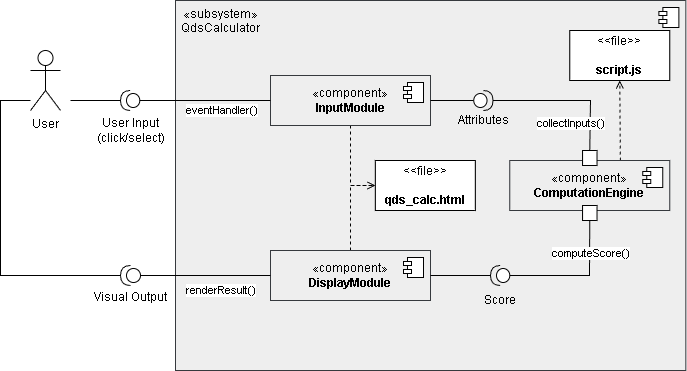
This is docs/componentdesign.png from asiyah777/QDS_Calculator, a draw.io export, as it was before one commit. Source tidied: cells renumbered, new cells last; positions are measured from the earlier drawing's top-left corner, leaving out a move shared by most shapes. The source it was exported from:
```xml
<mxGraphModel>
  <root>
    <mxCell id="0" />
    <mxCell id="1" parent="0" />
    <mxCell id="2" value="«subsystem»&lt;div&gt;QdsCalculator&lt;/div&gt;" style="html=1;whiteSpace=wrap;align=center;verticalAlign=top;fillColor=#eeeeee;strokeColor=#36393d;spacingLeft=100;spacingRight=520;spacing=2;" parent="1" vertex="1">
      <mxGeometry x="175" width="510.4" height="370" as="geometry" />
    </mxCell>
    <mxCell id="3" style="shape=module;jettyWidth=8;jettyHeight=4;" parent="2" vertex="1">
      <mxGeometry x="1" width="20" height="20" relative="1" as="geometry">
        <mxPoint x="-27" y="7" as="offset" />
      </mxGeometry>
    </mxCell>
    <mxCell id="4" style="edgeStyle=none;html=1;entryX=0;entryY=0.5;entryDx=0;entryDy=0;endArrow=open;endFill=0;dashed=1;rounded=0;curved=0;exitX=0.5;exitY=1;exitDx=0;exitDy=0;" parent="1" edge="1" source="5" target="28">
      <mxGeometry relative="1" as="geometry">
        <Array as="points">
          <mxPoint x="350" y="185" />
        </Array>
      </mxGeometry>
    </mxCell>
    <mxCell id="5" value="«component»&lt;br&gt;&lt;b&gt;InputModule&lt;/b&gt;" style="html=1;whiteSpace=wrap;fillColor=#eeeeee;strokeColor=#36393d;" parent="1" vertex="1">
      <mxGeometry x="270" y="75" width="160" height="50" as="geometry" />
    </mxCell>
    <mxCell id="6" style="shape=module;jettyWidth=8;jettyHeight=4;" parent="5" vertex="1">
      <mxGeometry x="1" width="20" height="20" relative="1" as="geometry">
        <mxPoint x="-27" y="7" as="offset" />
      </mxGeometry>
    </mxCell>
    <mxCell id="7" style="edgeStyle=none;html=1;endArrow=none;endFill=0;entryX=0;entryY=0.5;entryDx=0;entryDy=0;entryPerimeter=0;exitX=0.5;exitY=1;exitDx=0;exitDy=0;rounded=0;curved=0;" parent="1" edge="1" source="27" target="25">
      <mxGeometry relative="1" as="geometry">
        <Array as="points">
          <mxPoint x="589" y="275" />
        </Array>
      </mxGeometry>
    </mxCell>
    <mxCell id="8" value="computeScore()" style="edgeLabel;html=1;align=center;verticalAlign=middle;" parent="7" vertex="1">
      <mxGeometry x="-0.53" relative="1" as="geometry" />
    </mxCell>
    <mxCell id="9" style="edgeStyle=none;html=1;entryX=0;entryY=0.5;entryDx=0;entryDy=0;rounded=0;curved=0;dashed=1;endArrow=open;endFill=0;" parent="1" edge="1" source="10" target="28">
      <mxGeometry relative="1" as="geometry">
        <Array as="points">
          <mxPoint x="350" y="185" />
        </Array>
      </mxGeometry>
    </mxCell>
    <mxCell id="10" value="«component»&lt;br&gt;&lt;b&gt;DisplayModule&lt;/b&gt;" style="html=1;whiteSpace=wrap;fillColor=#eeeeee;strokeColor=#36393d;" parent="1" vertex="1">
      <mxGeometry x="270" y="250" width="160" height="50" as="geometry" />
    </mxCell>
    <mxCell id="11" style="shape=module;jettyWidth=8;jettyHeight=4;" parent="10" vertex="1">
      <mxGeometry x="1" width="20" height="20" relative="1" as="geometry">
        <mxPoint x="-27" y="7" as="offset" />
      </mxGeometry>
    </mxCell>
    <mxCell id="12" style="endArrow=none;html=1;rounded=0;align=center;verticalAlign=top;endFill=0;labelBackgroundColor=none;endSize=2;exitX=1;exitY=0.5;exitDx=0;exitDy=0;" parent="1" edge="1" source="5" target="21">
      <mxGeometry relative="1" as="geometry" />
    </mxCell>
    <mxCell id="13" style="edgeStyle=orthogonalEdgeStyle;rounded=0;jettySize=auto;html=1;endArrow=block;endFill=1;" parent="1" edge="1" target="19">
      <mxGeometry relative="1" as="geometry" />
    </mxCell>
    <mxCell id="14" style="edgeStyle=none;html=1;strokeColor=none;" parent="1" edge="1" source="40">
      <mxGeometry relative="1" as="geometry">
        <mxPoint x="210" y="110" as="targetPoint" />
      </mxGeometry>
    </mxCell>
    <mxCell id="15" style="edgeStyle=none;html=1;endArrow=none;endFill=0;entryX=1;entryY=0.5;entryDx=0;entryDy=0;exitX=1;exitY=0.5;exitDx=0;exitDy=0;exitPerimeter=0;" parent="1" edge="1" source="25" target="10">
      <mxGeometry relative="1" as="geometry" />
    </mxCell>
    <mxCell id="16" style="edgeStyle=orthogonalEdgeStyle;rounded=0;jettySize=auto;html=1;dashed=1;dashPattern=5 5;endArrow=block;endFill=1;strokeColor=#7f8c8d;exitX=0;exitY=0.5;exitDx=0;exitDy=0;" parent="1" edge="1" target="10">
      <mxGeometry relative="1" as="geometry" />
    </mxCell>
    <mxCell id="17" value="uses" style="edgeStyle=orthogonalEdgeStyle;rounded=0;jettySize=auto;html=1;dashed=1;dashPattern=5 5;endArrow=block;endFill=1;strokeColor=#7f8c8d;exitX=0;exitY=0.5;exitDx=0;exitDy=0;" parent="1" edge="1" target="5">
      <mxGeometry x="-0.33" y="10" relative="1" as="geometry" />
    </mxCell>
    <mxCell id="18" style="edgeStyle=none;html=1;entryX=0.5;entryY=1;entryDx=0;entryDy=0;exitX=0.691;exitY=0.002;exitDx=0;exitDy=0;exitPerimeter=0;endArrow=open;endFill=0;dashed=1;" parent="1" edge="1" source="19" target="32">
      <mxGeometry relative="1" as="geometry" />
    </mxCell>
    <mxCell id="19" value="«component»&lt;br&gt;&lt;b&gt;ComputationEngine&lt;/b&gt;" style="html=1;whiteSpace=wrap;fillColor=#eeeeee;strokeColor=#36393d;align=center;spacingLeft=0;spacingTop=0;verticalAlign=middle;spacingRight=0;" parent="1" vertex="1">
      <mxGeometry x="509.3" y="160" width="160" height="50" as="geometry" />
    </mxCell>
    <mxCell id="20" style="shape=module;jettyWidth=8;jettyHeight=4;" parent="19" vertex="1">
      <mxGeometry x="1" width="20" height="20" relative="1" as="geometry">
        <mxPoint x="-27" y="7" as="offset" />
      </mxGeometry>
    </mxCell>
    <mxCell id="21" value="Attributes" style="shape=providedRequiredInterface;html=1;verticalLabelPosition=bottom;sketch=0;" parent="1" vertex="1">
      <mxGeometry x="473.3" y="90" width="19.3" height="20" as="geometry" />
    </mxCell>
    <mxCell id="22" style="html=1;rounded=0;" parent="1" vertex="1">
      <mxGeometry x="582.1" y="150" width="14.5" height="15" as="geometry" />
    </mxCell>
    <mxCell id="23" style="endArrow=none;html=1;rounded=0;align=center;verticalAlign=top;endFill=0;labelBackgroundColor=none;endSize=2;entryX=1;entryY=0.5;entryDx=0;entryDy=0;entryPerimeter=0;exitX=0.5;exitY=0;exitDx=0;exitDy=0;" parent="1" edge="1" source="22" target="21">
      <mxGeometry relative="1" as="geometry">
        <Array as="points">
          <mxPoint x="590" y="100" />
        </Array>
      </mxGeometry>
    </mxCell>
    <mxCell id="24" value="collectInputs()" style="edgeLabel;html=1;align=center;verticalAlign=middle;" parent="23" vertex="1">
      <mxGeometry x="-0.64" y="2" relative="1" as="geometry">
        <mxPoint x="-18" as="offset" />
      </mxGeometry>
    </mxCell>
    <mxCell id="25" style="shape=providedRequiredInterface;html=1;verticalLabelPosition=bottom;sketch=0;rotation=-180;" parent="1" vertex="1">
      <mxGeometry x="490" y="265" width="19.3" height="20" as="geometry" />
    </mxCell>
    <mxCell id="26" value="Score" style="text;strokeColor=none;align=center;fillColor=none;html=1;verticalAlign=middle;whiteSpace=wrap;rounded=0;" parent="1" vertex="1">
      <mxGeometry x="461.3" y="285" width="76.8" height="30" as="geometry" />
    </mxCell>
    <mxCell id="27" style="html=1;rounded=0;" parent="1" vertex="1">
      <mxGeometry x="582.1" y="205" width="14.5" height="15" as="geometry" />
    </mxCell>
    <mxCell id="28" value="&amp;lt;&amp;lt;file&amp;gt;&amp;gt;&lt;br&gt;&lt;br&gt;&lt;b&gt;qds_calc.html&lt;/b&gt;" style="html=1;align=center;verticalAlign=middle;dashed=0;whiteSpace=wrap;" parent="1" vertex="1">
      <mxGeometry x="374.8" y="160" width="100" height="50" as="geometry" />
    </mxCell>
    <mxCell id="29" style="edgeStyle=none;html=1;endArrow=none;endFill=0;entryX=0;entryY=0.5;entryDx=0;entryDy=0;entryPerimeter=0;" parent="1" edge="1" source="10" target="34">
      <mxGeometry relative="1" as="geometry" />
    </mxCell>
    <mxCell id="30" value="&lt;div&gt;&lt;br&gt;&lt;/div&gt;" style="edgeLabel;html=1;align=center;verticalAlign=middle;" parent="29" vertex="1">
      <mxGeometry x="0.29" y="1" relative="1" as="geometry">
        <mxPoint x="-86" y="-76" as="offset" />
      </mxGeometry>
    </mxCell>
    <mxCell id="31" value="renderResult()" style="edgeLabel;html=1;align=center;verticalAlign=middle;" parent="29" vertex="1">
      <mxGeometry x="0.33" y="1" relative="1" as="geometry">
        <mxPoint x="37" y="14" as="offset" />
      </mxGeometry>
    </mxCell>
    <mxCell id="32" value="&amp;lt;&amp;lt;file&amp;gt;&amp;gt;&lt;br&gt;&lt;br&gt;&lt;b&gt;script.js&lt;/b&gt;" style="html=1;align=center;verticalAlign=middle;dashed=0;whiteSpace=wrap;" parent="1" vertex="1">
      <mxGeometry x="569.3" y="30" width="100" height="50" as="geometry" />
    </mxCell>
    <mxCell id="33" value="Visual Output" style="text;html=1;align=center;verticalAlign=middle;strokeColor=none;fillColor=none;" parent="1" vertex="1">
      <mxGeometry x="85" y="281.7" width="90" height="30" as="geometry" />
    </mxCell>
    <mxCell id="34" style="shape=providedRequiredInterface;html=1;verticalLabelPosition=bottom;sketch=0;rotation=-180;" parent="1" vertex="1">
      <mxGeometry x="120" y="265" width="20" height="20" as="geometry" />
    </mxCell>
    <mxCell id="35" style="edgeStyle=none;html=1;strokeColor=none;" parent="1" edge="1" target="40">
      <mxGeometry relative="1" as="geometry">
        <mxPoint x="210" y="110" as="sourcePoint" />
      </mxGeometry>
    </mxCell>
    <mxCell id="36" style="edgeStyle=none;html=1;endArrow=none;endFill=0;" parent="1" edge="1" source="40">
      <mxGeometry relative="1" as="geometry">
        <mxPoint x="130" y="100" as="targetPoint" />
      </mxGeometry>
    </mxCell>
    <mxCell id="37" style="edgeStyle=none;html=1;entryX=0;entryY=0.5;entryDx=0;entryDy=0;endArrow=none;endFill=0;" parent="1" edge="1" source="40" target="5">
      <mxGeometry relative="1" as="geometry" />
    </mxCell>
    <mxCell id="38" value="eventHandler()" style="edgeLabel;html=1;align=center;verticalAlign=middle;" parent="37" vertex="1">
      <mxGeometry relative="1" as="geometry">
        <mxPoint x="16" y="10" as="offset" />
      </mxGeometry>
    </mxCell>
    <mxCell id="39" style="edgeStyle=none;html=1;exitX=1;exitY=0.5;exitDx=0;exitDy=0;exitPerimeter=0;endArrow=none;endFill=0;" parent="1" edge="1" source="40">
      <mxGeometry relative="1" as="geometry">
        <mxPoint x="70" y="100" as="targetPoint" />
      </mxGeometry>
    </mxCell>
    <mxCell id="40" style="shape=providedRequiredInterface;html=1;verticalLabelPosition=bottom;sketch=0;rotation=-180;" parent="1" vertex="1">
      <mxGeometry x="120" y="90" width="19.3" height="20" as="geometry" />
    </mxCell>
    <mxCell id="41" value="User Input&lt;br&gt;(click/select)" style="text;html=1;align=center;verticalAlign=middle;strokeColor=none;fillColor=none;" parent="1" vertex="1">
      <mxGeometry x="85" y="110" width="90" height="40" as="geometry" />
    </mxCell>
    <mxCell id="42" style="edgeStyle=none;html=1;endArrow=none;endFill=0;exitX=1;exitY=0.5;exitDx=0;exitDy=0;exitPerimeter=0;rounded=0;curved=0;" parent="1" edge="1" source="34">
      <mxGeometry relative="1" as="geometry">
        <mxPoint x="30" y="100" as="targetPoint" />
        <Array as="points">
          <mxPoint y="275" />
          <mxPoint y="190" />
          <mxPoint y="100" />
        </Array>
      </mxGeometry>
    </mxCell>
    <mxCell id="43" value="User" style="shape=umlActor;verticalLabelPosition=bottom;verticalAlign=top;html=1;" parent="1" vertex="1">
      <mxGeometry x="30" y="50" width="30" height="60" as="geometry" />
    </mxCell>
  </root>
</mxGraphModel>
```
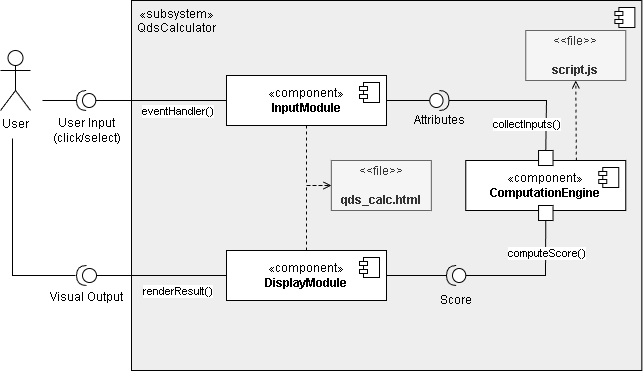
After the commit.

Diff of the diagram source:
```diff
@@ -1,8 +1,8 @@
-<mxGraphModel>
+<mxGraphModel background="#ffffff">
   <root>
     <mxCell id="0" />
     <mxCell id="1" parent="0" />
-    <mxCell id="2" value="«subsystem»&lt;div&gt;QdsCalculator&lt;/div&gt;" style="html=1;whiteSpace=wrap;align=center;verticalAlign=top;fillColor=#eeeeee;strokeColor=#36393d;spacingLeft=100;spacingRight=520;spacing=2;" parent="1" vertex="1">
+    <mxCell id="2" value="«subsystem»&lt;div&gt;QdsCalculator&lt;/div&gt;" style="html=1;whiteSpace=wrap;align=center;verticalAlign=top;fillColor=#eeeeee;strokeColor=default;spacingLeft=100;spacingRight=520;spacing=2;" parent="1" vertex="1">
       <mxGeometry x="175" width="510.4" height="370" as="geometry" />
     </mxCell>
     <mxCell id="3" style="shape=module;jettyWidth=8;jettyHeight=4;" parent="2" vertex="1">
@@ -17,7 +17,7 @@
         </Array>
       </mxGeometry>
     </mxCell>
-    <mxCell id="5" value="«component»&lt;br&gt;&lt;b&gt;InputModule&lt;/b&gt;" style="html=1;whiteSpace=wrap;fillColor=#eeeeee;strokeColor=#36393d;" parent="1" vertex="1">
+    <mxCell id="5" value="«component»&lt;br&gt;&lt;b&gt;InputModule&lt;/b&gt;" style="html=1;whiteSpace=wrap;" parent="1" vertex="1">
       <mxGeometry x="270" y="75" width="160" height="50" as="geometry" />
     </mxCell>
     <mxCell id="6" style="shape=module;jettyWidth=8;jettyHeight=4;" parent="5" vertex="1">
@@ -42,7 +42,7 @@
         </Array>
       </mxGeometry>
     </mxCell>
-    <mxCell id="10" value="«component»&lt;br&gt;&lt;b&gt;DisplayModule&lt;/b&gt;" style="html=1;whiteSpace=wrap;fillColor=#eeeeee;strokeColor=#36393d;" parent="1" vertex="1">
+    <mxCell id="10" value="«component»&lt;br&gt;&lt;b&gt;DisplayModule&lt;/b&gt;" style="html=1;whiteSpace=wrap;" parent="1" vertex="1">
       <mxGeometry x="270" y="250" width="160" height="50" as="geometry" />
     </mxCell>
     <mxCell id="11" style="shape=module;jettyWidth=8;jettyHeight=4;" parent="10" vertex="1">
@@ -73,7 +73,7 @@
     <mxCell id="18" style="edgeStyle=none;html=1;entryX=0.5;entryY=1;entryDx=0;entryDy=0;exitX=0.691;exitY=0.002;exitDx=0;exitDy=0;exitPerimeter=0;endArrow=open;endFill=0;dashed=1;" parent="1" edge="1" source="19" target="32">
       <mxGeometry relative="1" as="geometry" />
     </mxCell>
-    <mxCell id="19" value="«component»&lt;br&gt;&lt;b&gt;ComputationEngine&lt;/b&gt;" style="html=1;whiteSpace=wrap;fillColor=#eeeeee;strokeColor=#36393d;align=center;spacingLeft=0;spacingTop=0;verticalAlign=middle;spacingRight=0;" parent="1" vertex="1">
+    <mxCell id="19" value="«component»&lt;br&gt;&lt;b&gt;ComputationEngine&lt;/b&gt;" style="html=1;whiteSpace=wrap;align=center;spacingLeft=0;spacingTop=0;verticalAlign=middle;spacingRight=0;" parent="1" vertex="1">
       <mxGeometry x="509.3" y="160" width="160" height="50" as="geometry" />
     </mxCell>
     <mxCell id="20" style="shape=module;jettyWidth=8;jettyHeight=4;" parent="19" vertex="1">
@@ -108,7 +108,7 @@
     <mxCell id="27" style="html=1;rounded=0;" parent="1" vertex="1">
       <mxGeometry x="582.1" y="205" width="14.5" height="15" as="geometry" />
     </mxCell>
-    <mxCell id="28" value="&amp;lt;&amp;lt;file&amp;gt;&amp;gt;&lt;br&gt;&lt;br&gt;&lt;b&gt;qds_calc.html&lt;/b&gt;" style="html=1;align=center;verticalAlign=middle;dashed=0;whiteSpace=wrap;" parent="1" vertex="1">
+    <mxCell id="28" value="&amp;lt;&amp;lt;file&amp;gt;&amp;gt;&lt;br&gt;&lt;br&gt;&lt;b&gt;qds_calc.html&lt;/b&gt;" style="html=1;align=center;verticalAlign=middle;dashed=0;whiteSpace=wrap;fillColor=#f5f5f5;fontColor=#333333;strokeColor=#666666;" parent="1" vertex="1">
       <mxGeometry x="374.8" y="160" width="100" height="50" as="geometry" />
     </mxCell>
     <mxCell id="29" style="edgeStyle=none;html=1;endArrow=none;endFill=0;entryX=0;entryY=0.5;entryDx=0;entryDy=0;entryPerimeter=0;" parent="1" edge="1" source="10" target="34">
@@ -124,7 +124,7 @@
         <mxPoint x="37" y="14" as="offset" />
       </mxGeometry>
     </mxCell>
-    <mxCell id="32" value="&amp;lt;&amp;lt;file&amp;gt;&amp;gt;&lt;br&gt;&lt;br&gt;&lt;b&gt;script.js&lt;/b&gt;" style="html=1;align=center;verticalAlign=middle;dashed=0;whiteSpace=wrap;" parent="1" vertex="1">
+    <mxCell id="32" value="&amp;lt;&amp;lt;file&amp;gt;&amp;gt;&lt;br&gt;&lt;br&gt;&lt;b&gt;script.js&lt;/b&gt;" style="html=1;align=center;verticalAlign=middle;dashed=0;whiteSpace=wrap;fillColor=#f5f5f5;fontColor=#333333;strokeColor=#666666;" parent="1" vertex="1">
       <mxGeometry x="569.3" y="30" width="100" height="50" as="geometry" />
     </mxCell>
     <mxCell id="33" value="Visual Output" style="text;html=1;align=center;verticalAlign=middle;strokeColor=none;fillColor=none;" parent="1" vertex="1">
@@ -153,7 +153,7 @@
     </mxCell>
     <mxCell id="39" style="edgeStyle=none;html=1;exitX=1;exitY=0.5;exitDx=0;exitDy=0;exitPerimeter=0;endArrow=none;endFill=0;" parent="1" edge="1" source="40">
       <mxGeometry relative="1" as="geometry">
-        <mxPoint x="70" y="100" as="targetPoint" />
+        <mxPoint x="86" y="100" as="targetPoint" />
       </mxGeometry>
     </mxCell>
     <mxCell id="40" style="shape=providedRequiredInterface;html=1;verticalLabelPosition=bottom;sketch=0;rotation=-180;" parent="1" vertex="1">
@@ -162,18 +162,18 @@
     <mxCell id="41" value="User Input&lt;br&gt;(click/select)" style="text;html=1;align=center;verticalAlign=middle;strokeColor=none;fillColor=none;" parent="1" vertex="1">
       <mxGeometry x="85" y="110" width="90" height="40" as="geometry" />
     </mxCell>
-    <mxCell id="42" style="edgeStyle=none;html=1;endArrow=none;endFill=0;exitX=1;exitY=0.5;exitDx=0;exitDy=0;exitPerimeter=0;rounded=0;curved=0;" parent="1" edge="1" source="34">
+    <mxCell id="42" style="edgeStyle=none;html=1;endArrow=none;endFill=0;rounded=0;curved=0;" parent="1" edge="1">
       <mxGeometry relative="1" as="geometry">
-        <mxPoint x="30" y="100" as="targetPoint" />
+        <mxPoint x="119" y="275" as="sourcePoint" />
+        <mxPoint x="56" y="138" as="targetPoint" />
         <Array as="points">
-          <mxPoint y="275" />
-          <mxPoint y="190" />
-          <mxPoint y="100" />
+          <mxPoint x="56" y="275" />
+          <mxPoint x="56" y="190" />
         </Array>
       </mxGeometry>
     </mxCell>
     <mxCell id="43" value="User" style="shape=umlActor;verticalLabelPosition=bottom;verticalAlign=top;html=1;" parent="1" vertex="1">
-      <mxGeometry x="30" y="50" width="30" height="60" as="geometry" />
+      <mxGeometry x="44" y="50" width="30" height="60" as="geometry" />
     </mxCell>
   </root>
 </mxGraphModel>
```
